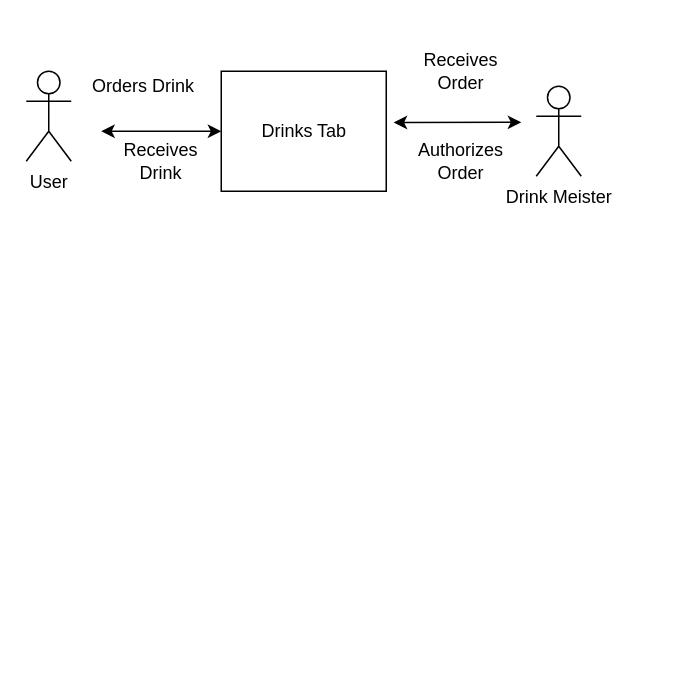
Above: UseCaseDiagrams/DrinksUseCase.drawio in sbeckstrand/cs-3450-disk-golf (draw.io), before the change. Source tidied: cells renumbered, new cells numbered last; positions are measured from the earlier drawing's top-left corner, leaving out a move shared by most shapes. Both pictures are drawn from the tidied source at 150%, with x=0, y=0 at pixel (26, 56).
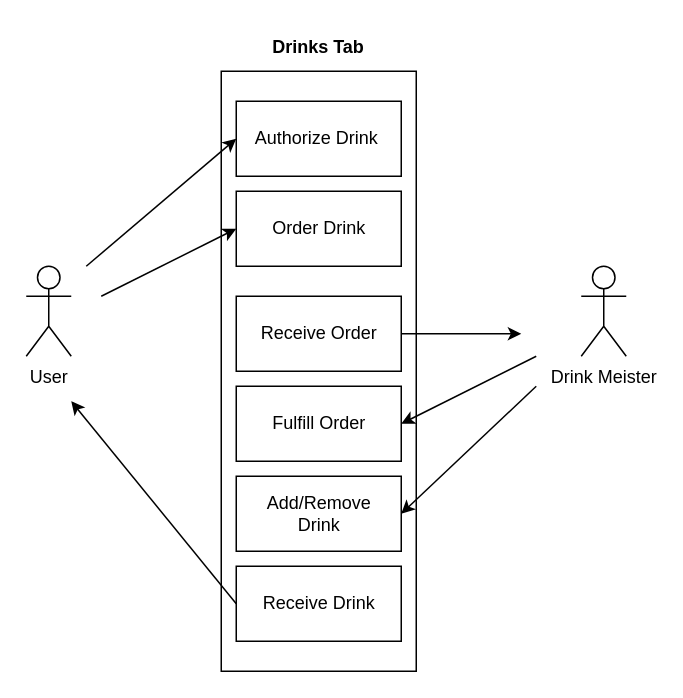
After the change.

Commit message (it also covers changes not shown here):
Redid Drinkscase, did login and signup use case

The edit, as a diff of the source:
```diff
@@
     <mxCell id="2" value="User" style="shape=umlActor;verticalLabelPosition=bottom;verticalAlign=top;html=1;" parent="1" vertex="1">
-      <mxGeometry y="10" width="30" height="60" as="geometry" />
+      <mxGeometry y="140" width="30" height="60" as="geometry" />
     </mxCell>
-    <mxCell id="3" value="Drinks Tab" style="html=1;" parent="1" vertex="1">
-      <mxGeometry x="130" y="10" width="110" height="80" as="geometry" />
+    <mxCell id="3" style="html=1;" parent="1" vertex="1">
+      <mxGeometry x="130" y="10" width="130" height="400" as="geometry" />
     </mxCell>
     <mxCell id="4" value="Drink Meister" style="shape=umlActor;verticalLabelPosition=bottom;verticalAlign=top;html=1;" parent="1" vertex="1">
-      <mxGeometry x="340" y="20" width="30" height="60" as="geometry" />
+      <mxGeometry x="370" y="140" width="30" height="60" as="geometry" />
     </mxCell>
-    <mxCell id="5" value="Orders Drink&amp;nbsp;" style="text;html=1;strokeColor=none;fillColor=none;align=center;verticalAlign=middle;whiteSpace=wrap;rounded=0;" parent="1" vertex="1">
-      <mxGeometry x="40" y="10" width="80" height="20" as="geometry" />
-    </mxCell>
-    <mxCell id="6" style="endArrow=classic;startArrow=classic;html=1;entryX=1.045;entryY=0.427;entryDx=0;entryDy=0;entryPerimeter=0;" parent="1" edge="1" target="3">
-      <mxGeometry relative="1" as="geometry">
-        <mxPoint x="330" y="44" as="sourcePoint" />
-      </mxGeometry>
-    </mxCell>
-    <mxCell id="7" style="endArrow=classic;startArrow=classic;html=1;entryX=0;entryY=0.5;entryDx=0;entryDy=0;" parent="1" edge="1" target="3">
-      <mxGeometry relative="1" as="geometry">
-        <mxPoint x="50" y="50" as="sourcePoint" />
-      </mxGeometry>
-    </mxCell>
-    <mxCell id="8" value="Receives Order" style="text;html=1;strokeColor=none;fillColor=none;align=center;verticalAlign=middle;whiteSpace=wrap;rounded=0;" parent="1" vertex="1">
-      <mxGeometry x="270" width="40" height="20" as="geometry" />
-    </mxCell>
-    <mxCell id="9" value="Authorizes Order" style="text;html=1;strokeColor=none;fillColor=none;align=center;verticalAlign=middle;whiteSpace=wrap;rounded=0;" parent="1" vertex="1">
-      <mxGeometry x="270" y="60" width="40" height="20" as="geometry" />
-    </mxCell>
-    <mxCell id="10" value="Receives Drink" style="text;html=1;strokeColor=none;fillColor=none;align=center;verticalAlign=middle;whiteSpace=wrap;rounded=0;" parent="1" vertex="1">
-      <mxGeometry x="70" y="60" width="40" height="20" as="geometry" />
-    </mxCell>
+    <mxCell id="11" value="Drinks Tab" style="text;align=center;fontStyle=1;verticalAlign=middle;spacingLeft=3;spacingRight=3;strokeColor=none;" parent="1" vertex="1">
+      <mxGeometry x="155" y="-20" width="80" height="26" as="geometry" />
+    </mxCell>
+    <mxCell id="12" value="Order Drink" style="html=1;" parent="1" vertex="1">
+      <mxGeometry x="140" y="90" width="110" height="50" as="geometry" />
+    </mxCell>
+    <mxCell id="13" value="Authorize Drink&amp;nbsp;" style="html=1;" parent="1" vertex="1">
+      <mxGeometry x="140" y="30" width="110" height="50" as="geometry" />
+    </mxCell>
+    <mxCell id="14" value="Add/Remove&lt;br&gt;Drink" style="html=1;" parent="1" vertex="1">
+      <mxGeometry x="140" y="280" width="110" height="50" as="geometry" />
+    </mxCell>
+    <mxCell id="15" value="Receive Drink" style="html=1;" parent="1" vertex="1">
+      <mxGeometry x="140" y="340" width="110" height="50" as="geometry" />
+    </mxCell>
+    <mxCell id="16" value="Receive Order" style="html=1;" parent="1" vertex="1">
+      <mxGeometry x="140" y="160" width="110" height="50" as="geometry" />
+    </mxCell>
+    <mxCell id="17" style="endArrow=classic;html=1;exitX=1;exitY=0.5;exitDx=0;exitDy=0;" parent="1" edge="1" source="16">
+      <mxGeometry relative="1" as="geometry">
+        <mxPoint x="330" y="185" as="targetPoint" />
+      </mxGeometry>
+    </mxCell>
+    <mxCell id="18" style="endArrow=classic;html=1;entryX=1;entryY=0.5;entryDx=0;entryDy=0;" parent="1" edge="1" target="14">
+      <mxGeometry relative="1" as="geometry">
+        <mxPoint x="340" y="220" as="sourcePoint" />
+      </mxGeometry>
+    </mxCell>
+    <mxCell id="19" style="endArrow=classic;html=1;exitX=0;exitY=0.5;exitDx=0;exitDy=0;" parent="1" edge="1" source="15">
+      <mxGeometry relative="1" as="geometry">
+        <mxPoint x="30" y="230" as="targetPoint" />
+      </mxGeometry>
+    </mxCell>
+    <mxCell id="20" value="Fulfill Order" style="html=1;" parent="1" vertex="1">
+      <mxGeometry x="140" y="220" width="110" height="50" as="geometry" />
+    </mxCell>
+    <mxCell id="21" style="endArrow=classic;html=1;entryX=0;entryY=0.5;entryDx=0;entryDy=0;" parent="1" edge="1" target="13">
+      <mxGeometry relative="1" as="geometry">
+        <mxPoint x="40" y="140" as="sourcePoint" />
+      </mxGeometry>
+    </mxCell>
+    <mxCell id="22" style="endArrow=classic;html=1;entryX=1;entryY=0.5;entryDx=0;entryDy=0;" parent="1" edge="1" target="20">
+      <mxGeometry relative="1" as="geometry">
+        <mxPoint x="340" y="200" as="sourcePoint" />
+      </mxGeometry>
+    </mxCell>
+    <mxCell id="23" style="endArrow=classic;html=1;entryX=0;entryY=0.5;entryDx=0;entryDy=0;" parent="1" edge="1" target="12">
+      <mxGeometry relative="1" as="geometry">
+        <mxPoint x="50" y="160" as="sourcePoint" />
+      </mxGeometry>
+    </mxCell>
```
